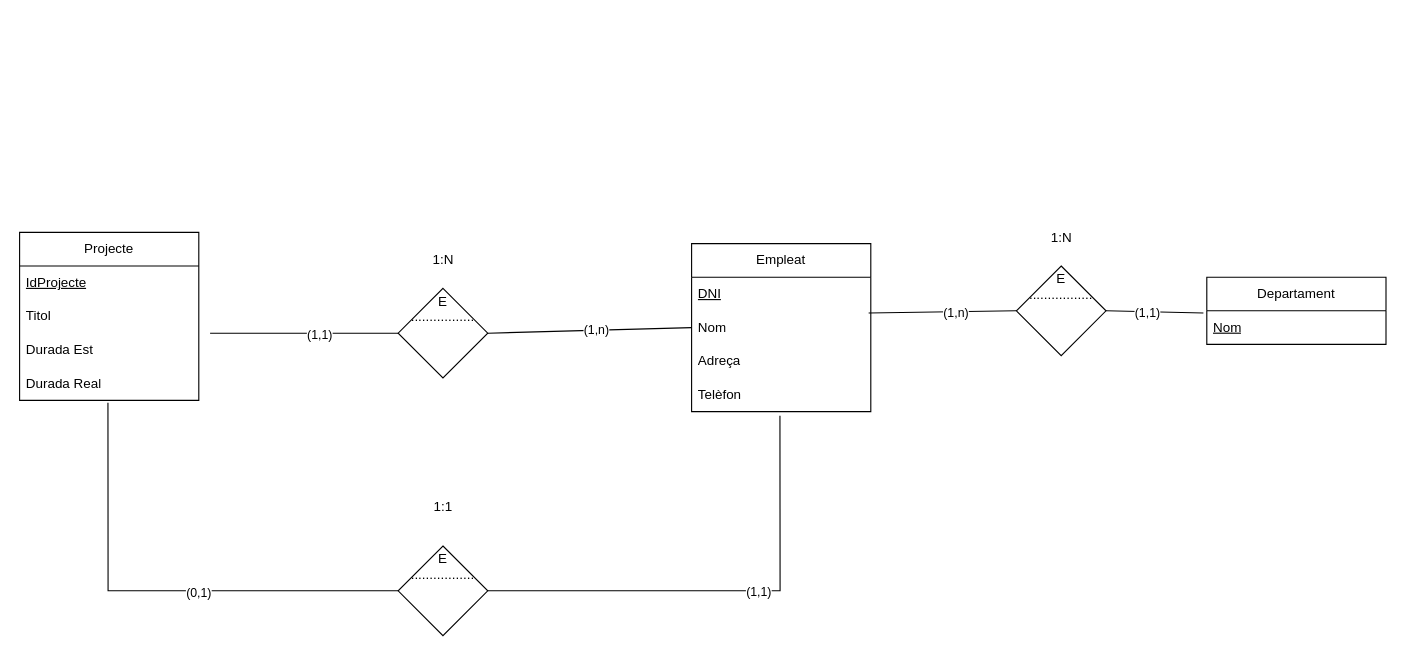
gxldnn/edt keeps this draw.io diagram as 0377-ASGBD (M10)/drawio/3_projectes.drawio. Above is the earlier version. Source tidied: cells renumbered, new cells numbered last; positions are measured from the earlier drawing's top-left corner, leaving out a move shared by most shapes. Both pictures are drawn from the tidied source at 112%, with x=0, y=0 at pixel (19, 221).
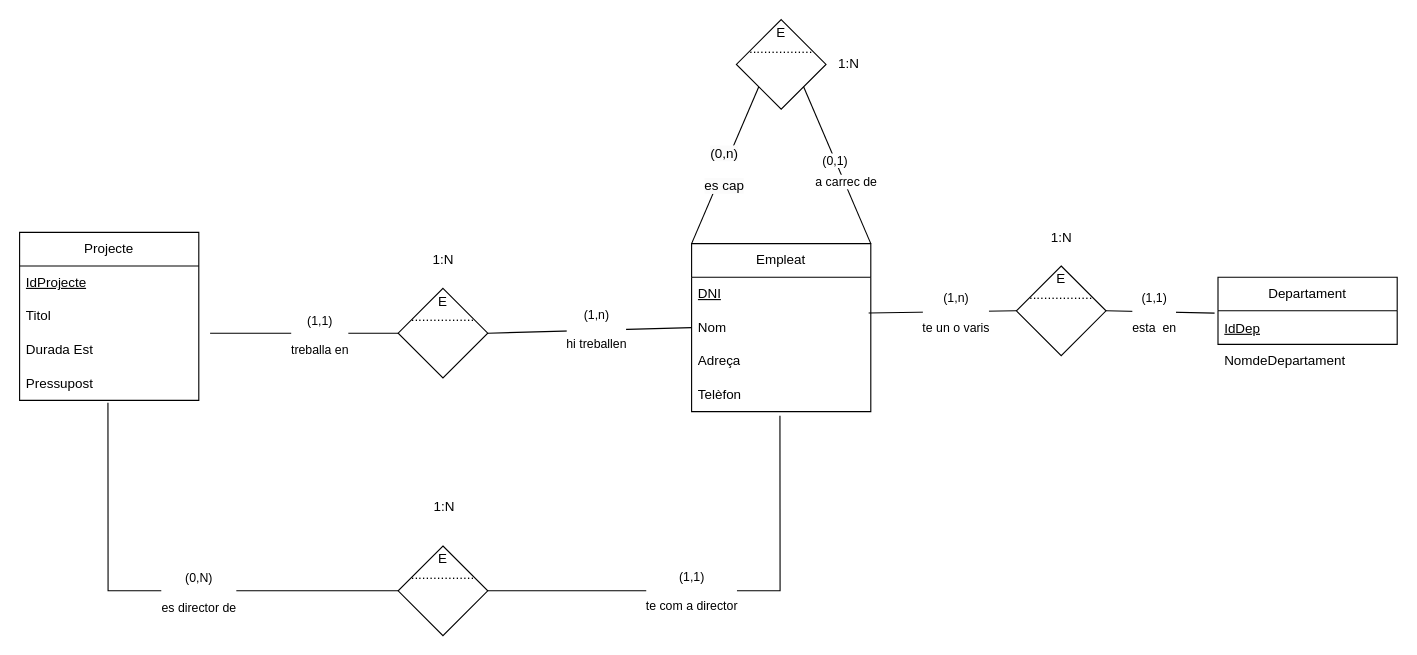
The same page after the edit.

Unchanged cells that the change refers to:
```xml
<mxCell id="4" value="Empleat" style="swimlane;fontStyle=0;horizontal=1;startSize=30;whiteSpace=wrap;html=1;" parent="1" vertex="1">
  <mxGeometry x="600" y="20" width="160" height="150" as="geometry" />
</mxCell>
<mxCell id="9" style="endArrow=none;html=1;rounded=0;exitX=0.988;exitY=1.067;exitDx=0;exitDy=0;exitPerimeter=0;entryX=0;entryY=0.5;entryDx=0;entryDy=0;" parent="1" edge="1" source="5" target="14">
  <mxGeometry relative="1" as="geometry" />
</mxCell>
<mxCell id="11" style="endArrow=none;html=1;rounded=0;exitX=-0.019;exitY=0.067;exitDx=0;exitDy=0;exitPerimeter=0;" parent="1" edge="1" source="3">
  <mxGeometry relative="1" as="geometry">
    <mxPoint x="970" y="80" as="targetPoint" />
  </mxGeometry>
</mxCell>
<mxCell id="16" value="Projecte" style="swimlane;fontStyle=0;horizontal=1;startSize=30;whiteSpace=wrap;html=1;" parent="1" vertex="1">
  <mxGeometry y="10" width="160" height="150" as="geometry" />
</mxCell>
<mxCell id="21" style="endArrow=none;html=1;rounded=0;exitX=1.063;exitY=1;exitDx=0;exitDy=0;exitPerimeter=0;entryX=0;entryY=0.5;entryDx=0;entryDy=0;" parent="1" edge="1" source="18" target="25">
  <mxGeometry relative="1" as="geometry" />
</mxCell>
<mxCell id="23" style="endArrow=none;html=1;rounded=0;exitX=0;exitY=0.5;exitDx=0;exitDy=0;" parent="1" edge="1" source="6">
  <mxGeometry relative="1" as="geometry">
    <mxPoint x="418" y="100" as="targetPoint" />
  </mxGeometry>
</mxCell>
<mxCell id="27" style="endArrow=none;html=1;rounded=0;exitX=0.493;exitY=1.068;exitDx=0;exitDy=0;exitPerimeter=0;entryX=0;entryY=0.5;entryDx=0;entryDy=0;" parent="1" edge="1" source="20" target="31">
  <mxGeometry relative="1" as="geometry">
    <Array as="points">
      <mxPoint x="79" y="330" />
    </Array>
  </mxGeometry>
</mxCell>
<mxCell id="29" style="endArrow=none;html=1;rounded=0;exitX=0.493;exitY=1.125;exitDx=0;exitDy=0;exitPerimeter=0;entryX=1;entryY=0.5;entryDx=0;entryDy=0;" parent="1" edge="1" source="8" target="31">
  <mxGeometry relative="1" as="geometry">
    <Array as="points">
      <mxPoint x="679" y="330" />
    </Array>
  </mxGeometry>
</mxCell>
```

Change to the diagram source:
```diff
@@
-    <mxCell id="2" value="Departament" style="swimlane;fontStyle=0;horizontal=1;startSize=30;whiteSpace=wrap;html=1;" parent="1" vertex="1">
-      <mxGeometry x="1060" y="50" width="160" height="60" as="geometry" />
-    </mxCell>
-    <mxCell id="3" value="&lt;u&gt;Nom&lt;/u&gt;" style="text;strokeColor=none;fillColor=none;align=left;verticalAlign=middle;spacingLeft=4;spacingRight=4;overflow=hidden;points=[[0,0.5],[1,0.5]];portConstraint=eastwest;whiteSpace=wrap;html=1;" parent="2" vertex="1">
-      <mxGeometry y="30" width="160" height="30" as="geometry" />
-    </mxCell>
@@
-    <mxCell id="10" value="(1,n)" style="edgeLabel;html=1;align=center;verticalAlign=middle;" parent="9" vertex="1">
+    <mxCell id="10" value="(1,n)&lt;div&gt;&lt;br&gt;&lt;/div&gt;&lt;div&gt;te un o varis&lt;/div&gt;" style="edgeLabel;html=1;align=center;verticalAlign=middle;" parent="9" vertex="1">
       <mxGeometry x="0.16" y="-1" relative="1" as="geometry" />
     </mxCell>
@@
-    <mxCell id="12" value="(1,1)" style="edgeLabel;html=1;align=center;verticalAlign=middle;" parent="11" vertex="1">
+    <mxCell id="12" value="(1,1)&lt;div&gt;&lt;br&gt;&lt;/div&gt;&lt;div&gt;esta&amp;nbsp; en&lt;/div&gt;" style="edgeLabel;html=1;align=center;verticalAlign=middle;" parent="11" vertex="1">
       <mxGeometry x="-0.24" relative="1" as="geometry">
         <mxPoint x="-17" as="offset" />
       </mxGeometry>
     </mxCell>
@@
-    <mxCell id="20" value="Durada Real" style="text;strokeColor=none;fillColor=none;align=left;verticalAlign=middle;spacingLeft=4;spacingRight=4;overflow=hidden;points=[[0,0.5],[1,0.5]];portConstraint=eastwest;whiteSpace=wrap;html=1;" parent="16" vertex="1">
+    <mxCell id="20" value="Pressupost" style="text;strokeColor=none;fillColor=none;align=left;verticalAlign=middle;spacingLeft=4;spacingRight=4;overflow=hidden;points=[[0,0.5],[1,0.5]];portConstraint=eastwest;whiteSpace=wrap;html=1;" parent="16" vertex="1">
       <mxGeometry y="120" width="160" height="30" as="geometry" />
     </mxCell>
@@
-    <mxCell id="22" value="(1,1)" style="edgeLabel;html=1;align=center;verticalAlign=middle;" parent="21" vertex="1">
+    <mxCell id="22" value="(1,1)&lt;br&gt;&lt;br&gt;treballa en" style="edgeLabel;html=1;align=center;verticalAlign=middle;" parent="21" vertex="1">
       <mxGeometry x="0.16" y="-1" relative="1" as="geometry" />
     </mxCell>
@@
-    <mxCell id="24" value="(1,n)" style="edgeLabel;html=1;align=center;verticalAlign=middle;" parent="23" vertex="1">
+    <mxCell id="24" value="(1,n)&lt;div&gt;&lt;br&gt;&lt;/div&gt;&lt;div&gt;hi treballen&lt;/div&gt;" style="edgeLabel;html=1;align=center;verticalAlign=middle;" parent="23" vertex="1">
       <mxGeometry x="-0.24" relative="1" as="geometry">
         <mxPoint x="-17" as="offset" />
       </mxGeometry>
     </mxCell>
@@
-    <mxCell id="28" value="(0,1)" style="edgeLabel;html=1;align=center;verticalAlign=middle;" parent="27" vertex="1">
+    <mxCell id="28" value="(0,N)&lt;br&gt;&lt;br&gt;es director de" style="edgeLabel;html=1;align=center;verticalAlign=middle;" parent="27" vertex="1">
       <mxGeometry x="0.16" y="-1" relative="1" as="geometry" />
     </mxCell>
@@
-    <mxCell id="30" value="(1,1)" style="edgeLabel;html=1;align=center;verticalAlign=middle;" parent="29" vertex="1">
+    <mxCell id="30" value="(1,1)&lt;div&gt;&lt;br&gt;&lt;/div&gt;&lt;div&gt;te com a director&lt;/div&gt;" style="edgeLabel;html=1;align=center;verticalAlign=middle;" parent="29" vertex="1">
       <mxGeometry x="-0.24" relative="1" as="geometry">
-        <mxPoint x="-17" as="offset" />
+        <mxPoint x="-77" as="offset" />
       </mxGeometry>
     </mxCell>
@@
-    <mxCell id="32" value="1:1" style="text;html=1;align=center;verticalAlign=middle;strokeColor=none;fillColor=none;" parent="1" vertex="1">
-      <mxGeometry x="358" y="240" width="40" height="30" as="geometry" />
+    <mxCell id="32" value="1:N" style="text;html=1;align=center;verticalAlign=middle;strokeColor=none;fillColor=none;" parent="1" vertex="1">
+      <mxGeometry x="360" y="242" width="37" height="26" as="geometry" />
     </mxCell>
+    <mxCell id="33" value="E&lt;div&gt;.................&lt;/div&gt;&lt;div&gt;&lt;br&gt;&lt;/div&gt;&lt;div&gt;&lt;br&gt;&lt;/div&gt;&lt;div&gt;&lt;br&gt;&lt;/div&gt;" style="rhombus;whiteSpace=wrap;html=1;" parent="1" vertex="1">
+      <mxGeometry x="640" y="-180" width="80" height="80" as="geometry" />
+    </mxCell>
+    <mxCell id="34" style="endArrow=none;html=1;rounded=0;entryX=1;entryY=1;entryDx=0;entryDy=0;exitX=1;exitY=0;exitDx=0;exitDy=0;" parent="1" edge="1" source="4" target="33">
+      <mxGeometry relative="1" as="geometry" />
+    </mxCell>
+    <mxCell id="35" value="(0,1)" style="edgeLabel;html=1;align=center;verticalAlign=middle;" parent="34" vertex="1">
+      <mxGeometry x="0.07" y="1" relative="1" as="geometry" />
+    </mxCell>
+    <mxCell id="36" value="a carrec de" style="edgeLabel;html=1;align=center;verticalAlign=middle;" parent="34" vertex="1">
+      <mxGeometry x="-0.21" y="-1" relative="1" as="geometry" />
+    </mxCell>
+    <mxCell id="37" style="endArrow=none;html=1;rounded=0;entryX=0;entryY=1;entryDx=0;entryDy=0;exitX=0;exitY=0;exitDx=0;exitDy=0;" parent="1" edge="1" source="4" target="33">
+      <mxGeometry relative="1" as="geometry" />
+    </mxCell>
+    <mxCell id="38" value="&lt;span style=&quot;font-size: 12px; background-color: rgb(251, 251, 251);&quot;&gt;(0,n)&lt;/span&gt;&lt;div&gt;&lt;span style=&quot;font-size: 12px; background-color: rgb(251, 251, 251);&quot;&gt;&lt;br&gt;&lt;/span&gt;&lt;/div&gt;&lt;div&gt;&lt;span style=&quot;font-size: 12px; background-color: rgb(251, 251, 251);&quot;&gt;es cap&lt;/span&gt;&lt;/div&gt;" style="edgeLabel;html=1;align=center;verticalAlign=middle;" parent="37" vertex="1">
+      <mxGeometry x="-0.06" relative="1" as="geometry" />
+    </mxCell>
+    <mxCell id="39" value="1:N" style="text;html=1;align=center;verticalAlign=middle;strokeColor=none;fillColor=none;" parent="1" vertex="1">
+      <mxGeometry x="720" y="-155" width="40" height="30" as="geometry" />
+    </mxCell>
+    <mxCell id="40" style="group;" parent="1" vertex="1">
+      <mxGeometry x="1070" y="50" width="160" height="90" as="geometry" />
+    </mxCell>
+    <mxCell id="2" value="Departament" style="swimlane;fontStyle=0;horizontal=1;startSize=30;whiteSpace=wrap;html=1;" parent="40" vertex="1">
+      <mxGeometry width="160" height="60" as="geometry" />
+    </mxCell>
+    <mxCell id="41" value="NomdeDepartament" style="text;strokeColor=none;fillColor=none;align=left;verticalAlign=middle;spacingLeft=4;spacingRight=4;overflow=hidden;whiteSpace=wrap;html=1;" parent="40" vertex="1">
+      <mxGeometry y="60" width="160" height="30" as="geometry" />
+    </mxCell>
+    <mxCell id="3" value="&lt;div&gt;&lt;u style=&quot;background-color: initial;&quot;&gt;IdDep&lt;/u&gt;&lt;/div&gt;" style="text;strokeColor=none;fillColor=none;align=left;verticalAlign=middle;spacingLeft=4;spacingRight=4;overflow=hidden;points=[[0,0.5],[1,0.5]];portConstraint=eastwest;whiteSpace=wrap;html=1;" parent="40" vertex="1">
+      <mxGeometry y="30" width="160" height="31" as="geometry" />
+    </mxCell>
```
